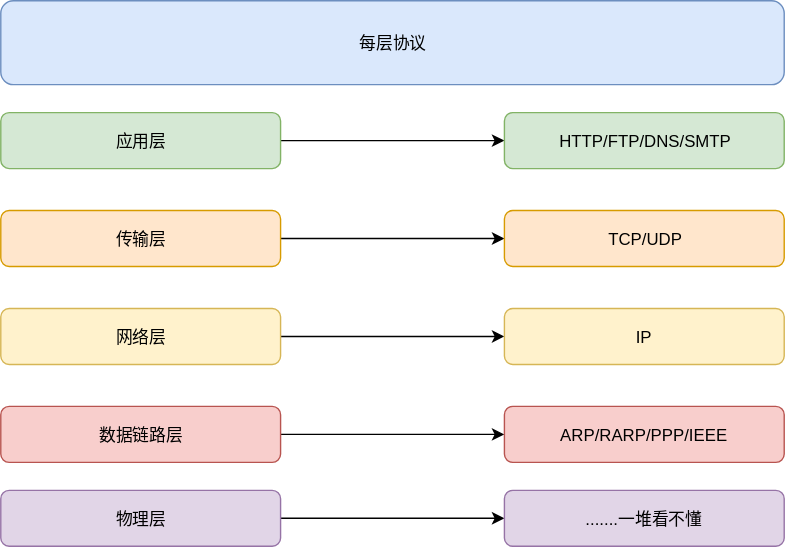
cd-home/Root keeps this draw.io diagram as 15-面试/00-计算机基础/images/每层协议.svg. Above is the earlier version. Source tidied: cells renumbered, new cells last; positions are measured from the earlier drawing's top-left corner, leaving out a move shared by most shapes.
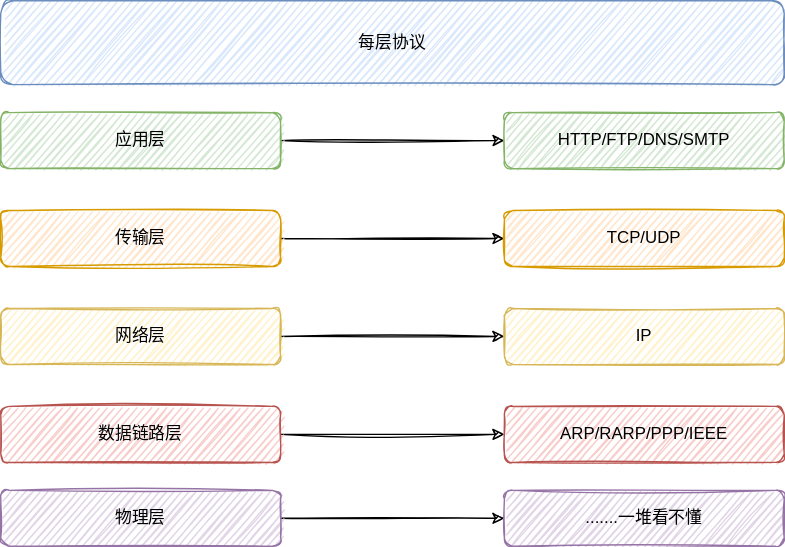
The same diagram one commit later.

What changed in the source:
```diff
@@ -2,52 +2,52 @@
   <root>
     <mxCell id="0" />
     <mxCell id="1" parent="0" />
-    <mxCell id="2" value="每层协议" style="rounded=1;whiteSpace=wrap;html=1;fillColor=#dae8fc;strokeColor=#6c8ebf;" parent="1" vertex="1">
+    <mxCell id="2" value="每层协议" style="whiteSpace=wrap;html=1;fillColor=#dae8fc;strokeColor=#6c8ebf;sketch=1;rounded=1;" parent="1" vertex="1">
       <mxGeometry width="560" height="60" as="geometry" />
     </mxCell>
-    <mxCell id="3" style="edgeStyle=orthogonalEdgeStyle;rounded=0;html=1;jettySize=auto;" parent="1" edge="1" source="4" target="5">
+    <mxCell id="3" style="edgeStyle=orthogonalEdgeStyle;html=1;jettySize=auto;sketch=1;" parent="1" edge="1" source="4" target="5">
       <mxGeometry relative="1" as="geometry" />
     </mxCell>
-    <mxCell id="4" value="应用层" style="rounded=1;whiteSpace=wrap;html=1;fillColor=#d5e8d4;strokeColor=#82b366;" parent="1" vertex="1">
+    <mxCell id="4" value="应用层" style="whiteSpace=wrap;html=1;fillColor=#d5e8d4;strokeColor=#82b366;sketch=1;rounded=1;" parent="1" vertex="1">
       <mxGeometry y="80" width="200" height="40" as="geometry" />
     </mxCell>
-    <mxCell id="5" value="HTTP/FTP/DNS/SMTP" style="rounded=1;whiteSpace=wrap;html=1;fillColor=#d5e8d4;strokeColor=#82b366;" parent="1" vertex="1">
+    <mxCell id="5" value="HTTP/FTP/DNS/SMTP" style="whiteSpace=wrap;html=1;fillColor=#d5e8d4;strokeColor=#82b366;sketch=1;rounded=1;" parent="1" vertex="1">
       <mxGeometry x="360" y="80" width="200" height="40" as="geometry" />
     </mxCell>
-    <mxCell id="6" style="edgeStyle=orthogonalEdgeStyle;rounded=0;html=1;jettySize=auto;" parent="1" edge="1" source="7" target="8">
+    <mxCell id="6" style="edgeStyle=orthogonalEdgeStyle;html=1;jettySize=auto;sketch=1;" parent="1" edge="1" source="7" target="8">
       <mxGeometry relative="1" as="geometry" />
     </mxCell>
-    <mxCell id="7" value="传输层" style="rounded=1;whiteSpace=wrap;html=1;fillColor=#ffe6cc;strokeColor=#d79b00;" parent="1" vertex="1">
+    <mxCell id="7" value="传输层" style="whiteSpace=wrap;html=1;fillColor=#ffe6cc;strokeColor=#d79b00;sketch=1;rounded=1;" parent="1" vertex="1">
       <mxGeometry y="150" width="200" height="40" as="geometry" />
     </mxCell>
-    <mxCell id="8" value="TCP/UDP" style="rounded=1;whiteSpace=wrap;html=1;fillColor=#ffe6cc;strokeColor=#d79b00;" parent="1" vertex="1">
+    <mxCell id="8" value="TCP/UDP" style="whiteSpace=wrap;html=1;fillColor=#ffe6cc;strokeColor=#d79b00;sketch=1;rounded=1;" parent="1" vertex="1">
       <mxGeometry x="360" y="150" width="200" height="40" as="geometry" />
     </mxCell>
-    <mxCell id="9" style="edgeStyle=orthogonalEdgeStyle;rounded=0;html=1;jettySize=auto;" parent="1" edge="1" source="10" target="11">
+    <mxCell id="9" style="edgeStyle=orthogonalEdgeStyle;html=1;jettySize=auto;sketch=1;" parent="1" edge="1" source="10" target="11">
       <mxGeometry relative="1" as="geometry" />
     </mxCell>
-    <mxCell id="10" value="网络层" style="rounded=1;whiteSpace=wrap;html=1;fillColor=#fff2cc;strokeColor=#d6b656;" parent="1" vertex="1">
+    <mxCell id="10" value="网络层" style="whiteSpace=wrap;html=1;fillColor=#fff2cc;strokeColor=#d6b656;sketch=1;rounded=1;" parent="1" vertex="1">
       <mxGeometry y="220" width="200" height="40" as="geometry" />
     </mxCell>
-    <mxCell id="11" value="IP" style="rounded=1;whiteSpace=wrap;html=1;fillColor=#fff2cc;strokeColor=#d6b656;" parent="1" vertex="1">
+    <mxCell id="11" value="IP" style="whiteSpace=wrap;html=1;fillColor=#fff2cc;strokeColor=#d6b656;sketch=1;rounded=1;" parent="1" vertex="1">
       <mxGeometry x="360" y="220" width="200" height="40" as="geometry" />
     </mxCell>
-    <mxCell id="12" style="edgeStyle=orthogonalEdgeStyle;rounded=0;html=1;jettySize=auto;" parent="1" edge="1" source="13" target="14">
+    <mxCell id="12" style="edgeStyle=orthogonalEdgeStyle;html=1;jettySize=auto;sketch=1;" parent="1" edge="1" source="13" target="14">
       <mxGeometry relative="1" as="geometry" />
     </mxCell>
-    <mxCell id="13" value="数据链路层" style="rounded=1;whiteSpace=wrap;html=1;fillColor=#f8cecc;strokeColor=#b85450;" parent="1" vertex="1">
+    <mxCell id="13" value="数据链路层" style="whiteSpace=wrap;html=1;fillColor=#f8cecc;strokeColor=#b85450;sketch=1;rounded=1;" parent="1" vertex="1">
       <mxGeometry y="290" width="200" height="40" as="geometry" />
     </mxCell>
-    <mxCell id="14" value="ARP/RARP/PPP/IEEE" style="rounded=1;whiteSpace=wrap;html=1;fillColor=#f8cecc;strokeColor=#b85450;" parent="1" vertex="1">
+    <mxCell id="14" value="ARP/RARP/PPP/IEEE" style="whiteSpace=wrap;html=1;fillColor=#f8cecc;strokeColor=#b85450;sketch=1;rounded=1;" parent="1" vertex="1">
       <mxGeometry x="360" y="290" width="200" height="40" as="geometry" />
     </mxCell>
-    <mxCell id="15" style="edgeStyle=orthogonalEdgeStyle;rounded=0;html=1;jettySize=auto;" parent="1" edge="1" source="16" target="17">
+    <mxCell id="15" style="edgeStyle=orthogonalEdgeStyle;html=1;jettySize=auto;sketch=1;" parent="1" edge="1" source="16" target="17">
       <mxGeometry relative="1" as="geometry" />
     </mxCell>
-    <mxCell id="16" value="物理层" style="rounded=1;whiteSpace=wrap;html=1;fillColor=#e1d5e7;strokeColor=#9673a6;" parent="1" vertex="1">
+    <mxCell id="16" value="物理层" style="whiteSpace=wrap;html=1;fillColor=#e1d5e7;strokeColor=#9673a6;sketch=1;rounded=1;" parent="1" vertex="1">
       <mxGeometry y="350" width="200" height="40" as="geometry" />
     </mxCell>
-    <mxCell id="17" value=".......一堆看不懂" style="rounded=1;whiteSpace=wrap;html=1;fillColor=#e1d5e7;strokeColor=#9673a6;" parent="1" vertex="1">
+    <mxCell id="17" value=".......一堆看不懂" style="whiteSpace=wrap;html=1;fillColor=#e1d5e7;strokeColor=#9673a6;sketch=1;rounded=1;" parent="1" vertex="1">
       <mxGeometry x="360" y="350" width="200" height="40" as="geometry" />
     </mxCell>
   </root>
```
